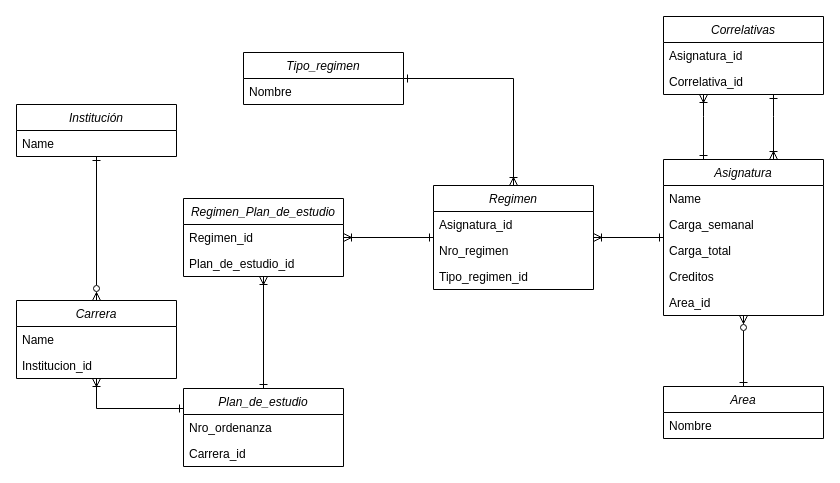
The draw.io diagram plan_de_estudio_tup/plan_estudio_tup.drawio in fede-vazquez/base-de-datos-2, before the edit. Source tidied: cells renumbered, new cells numbered last; positions are measured from the earlier drawing's top-left corner, leaving out a move shared by most shapes. Both pictures are drawn from the tidied source at 100%, with x=0, y=0 at pixel (16, 16).
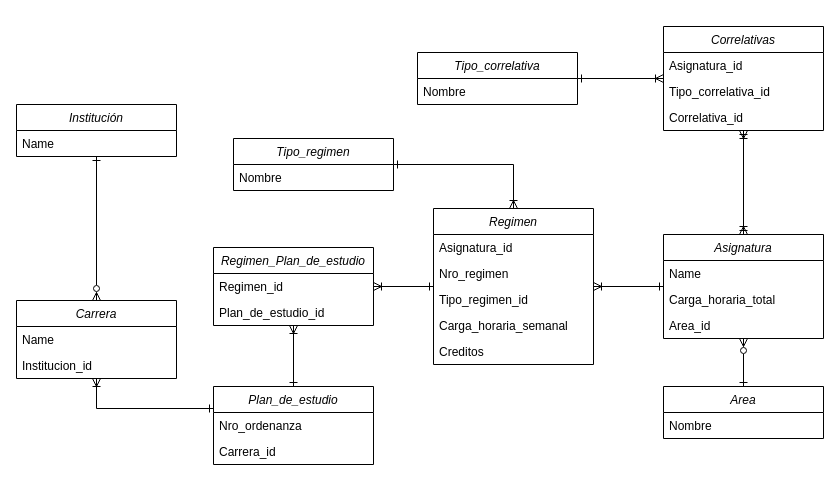
Above is the later version.

Commit message (it also covers changes not shown here):
Agrega inserts.txt y actualiza drawio de la db de universidad.

The change refers to these unchanged cells:
```xml
<mxCell id="25" value="Area" style="swimlane;fontStyle=2;align=center;verticalAlign=top;horizontal=1;startSize=26;rounded=0;shadow=0;strokeWidth=1;" parent="1" vertex="1">
  <mxGeometry x="647" y="370" width="160" height="52" as="geometry" />
</mxCell>
```

Change to the diagram source:
```diff
@@
     <mxCell id="9" style="edgeStyle=orthogonalEdgeStyle;rounded=0;jettySize=auto;html=1;endArrow=ERone;endFill=0;startArrow=ERzeroToMany;startFill=0;" parent="1" edge="1" source="12" target="25">
-      <mxGeometry relative="1" as="geometry">
-        <Array as="points">
-          <mxPoint x="727" y="161" />
-          <mxPoint x="727" y="366" />
-        </Array>
-      </mxGeometry>
+      <mxGeometry relative="1" as="geometry" />
     </mxCell>
@@
     <mxCell id="12" value="Asignatura" style="swimlane;fontStyle=2;align=center;verticalAlign=top;horizontal=1;startSize=26;rounded=0;shadow=0;strokeWidth=1;" parent="1" vertex="1">
-      <mxGeometry x="647" y="143" width="160" height="156" as="geometry" />
+      <mxGeometry x="647" y="218" width="160" height="104" as="geometry" />
     </mxCell>
@@
-    <mxCell id="14" value="Carga_semanal" style="text;align=left;verticalAlign=top;spacingLeft=4;spacingRight=4;overflow=hidden;rounded=0;shadow=0;html=0;" parent="12" vertex="1">
-      <mxGeometry y="52" width="160" height="26" as="geometry" />
-    </mxCell>
-    <mxCell id="15" value="Carga_total&#10;" style="text;align=left;verticalAlign=top;spacingLeft=4;spacingRight=4;overflow=hidden;rounded=0;shadow=0;html=0;" parent="12" vertex="1">
-      <mxGeometry y="78" width="160" height="26" as="geometry" />
+    <mxCell id="15" value="Carga_horaria_total&#10;" style="text;align=left;verticalAlign=top;spacingLeft=4;spacingRight=4;overflow=hidden;rounded=0;shadow=0;html=0;" parent="12" vertex="1">
+      <mxGeometry y="52" width="160" height="26" as="geometry" />
     </mxCell>
-    <mxCell id="16" value="Creditos" style="text;align=left;verticalAlign=top;spacingLeft=4;spacingRight=4;overflow=hidden;rounded=0;shadow=0;html=0;" parent="12" vertex="1">
-      <mxGeometry y="104" width="160" height="26" as="geometry" />
-    </mxCell>
     <mxCell id="17" value="Area_id" style="text;align=left;verticalAlign=top;spacingLeft=4;spacingRight=4;overflow=hidden;rounded=0;shadow=0;html=0;" parent="12" vertex="1">
-      <mxGeometry y="130" width="160" height="26" as="geometry" />
+      <mxGeometry y="78" width="160" height="26" as="geometry" />
     </mxCell>
@@
     <mxCell id="19" value="Correlativas" style="swimlane;fontStyle=2;align=center;verticalAlign=top;horizontal=1;startSize=26;rounded=0;shadow=0;strokeWidth=1;" parent="1" vertex="1">
-      <mxGeometry x="647" width="160" height="78" as="geometry" />
+      <mxGeometry x="647" y="10" width="160" height="104" as="geometry" />
     </mxCell>
@@
+    <mxCell id="39" value="Tipo_correlativa_id" style="text;align=left;verticalAlign=top;spacingLeft=4;spacingRight=4;overflow=hidden;" parent="19" vertex="1">
+      <mxGeometry y="52" width="160" height="26" as="geometry" />
+    </mxCell>
     <mxCell id="21" value="Correlativa_id" style="text;align=left;verticalAlign=top;spacingLeft=4;spacingRight=4;overflow=hidden;" parent="19" vertex="1">
-      <mxGeometry y="52" width="160" height="26" as="geometry" />
+      <mxGeometry y="78" width="160" height="26" as="geometry" />
     </mxCell>
@@
     <mxCell id="23" value="Tipo_regimen" style="swimlane;fontStyle=2;align=center;verticalAlign=top;horizontal=1;startSize=26;rounded=0;shadow=0;strokeWidth=1;" parent="1" vertex="1">
-      <mxGeometry x="227" y="36" width="160" height="52" as="geometry" />
+      <mxGeometry x="217" y="122" width="160" height="52" as="geometry" />
     </mxCell>
@@
     <mxCell id="28" value="Plan_de_estudio" style="swimlane;fontStyle=2;align=center;verticalAlign=top;horizontal=1;startSize=26;rounded=0;shadow=0;strokeWidth=1;" parent="1" vertex="1">
-      <mxGeometry x="167" y="372" width="160" height="78" as="geometry" />
+      <mxGeometry x="197" y="370" width="160" height="78" as="geometry" />
     </mxCell>
@@
     <mxCell id="31" value="Regimen" style="swimlane;fontStyle=2;align=center;verticalAlign=top;horizontal=1;startSize=26;rounded=0;shadow=0;strokeWidth=1;" parent="1" vertex="1">
-      <mxGeometry x="417" y="169" width="160" height="104" as="geometry" />
+      <mxGeometry x="417" y="192" width="160" height="156" as="geometry" />
     </mxCell>
@@
+    <mxCell id="14" value="Carga_horaria_semanal" style="text;align=left;verticalAlign=top;spacingLeft=4;spacingRight=4;overflow=hidden;rounded=0;shadow=0;html=0;" parent="31" vertex="1">
+      <mxGeometry y="104" width="160" height="26" as="geometry" />
+    </mxCell>
+    <mxCell id="16" value="Creditos" style="text;align=left;verticalAlign=top;spacingLeft=4;spacingRight=4;overflow=hidden;rounded=0;shadow=0;html=0;" parent="31" vertex="1">
+      <mxGeometry y="130" width="160" height="26" as="geometry" />
+    </mxCell>
@@
     <mxCell id="36" value="Regimen_Plan_de_estudio" style="swimlane;fontStyle=2;align=center;verticalAlign=top;horizontal=1;startSize=26;rounded=0;shadow=0;strokeWidth=1;" parent="1" vertex="1">
-      <mxGeometry x="167" y="182" width="160" height="78" as="geometry" />
+      <mxGeometry x="197" y="231" width="160" height="78" as="geometry" />
     </mxCell>
@@
+    <mxCell id="40" style="edgeStyle=orthogonalEdgeStyle;rounded=0;jettySize=auto;html=1;startArrow=ERone;startFill=0;endArrow=ERoneToMany;endFill=0;" parent="1" edge="1" source="41" target="19">
+      <mxGeometry relative="1" as="geometry" />
+    </mxCell>
+    <mxCell id="41" value="Tipo_correlativa" style="swimlane;fontStyle=2;align=center;verticalAlign=top;horizontal=1;startSize=26;rounded=0;shadow=0;strokeWidth=1;" parent="1" vertex="1">
+      <mxGeometry x="401" y="36" width="160" height="52" as="geometry" />
+    </mxCell>
+    <mxCell id="42" value="Nombre" style="text;align=left;verticalAlign=top;spacingLeft=4;spacingRight=4;overflow=hidden;" parent="41" vertex="1">
+      <mxGeometry y="26" width="160" height="26" as="geometry" />
+    </mxCell>
```
